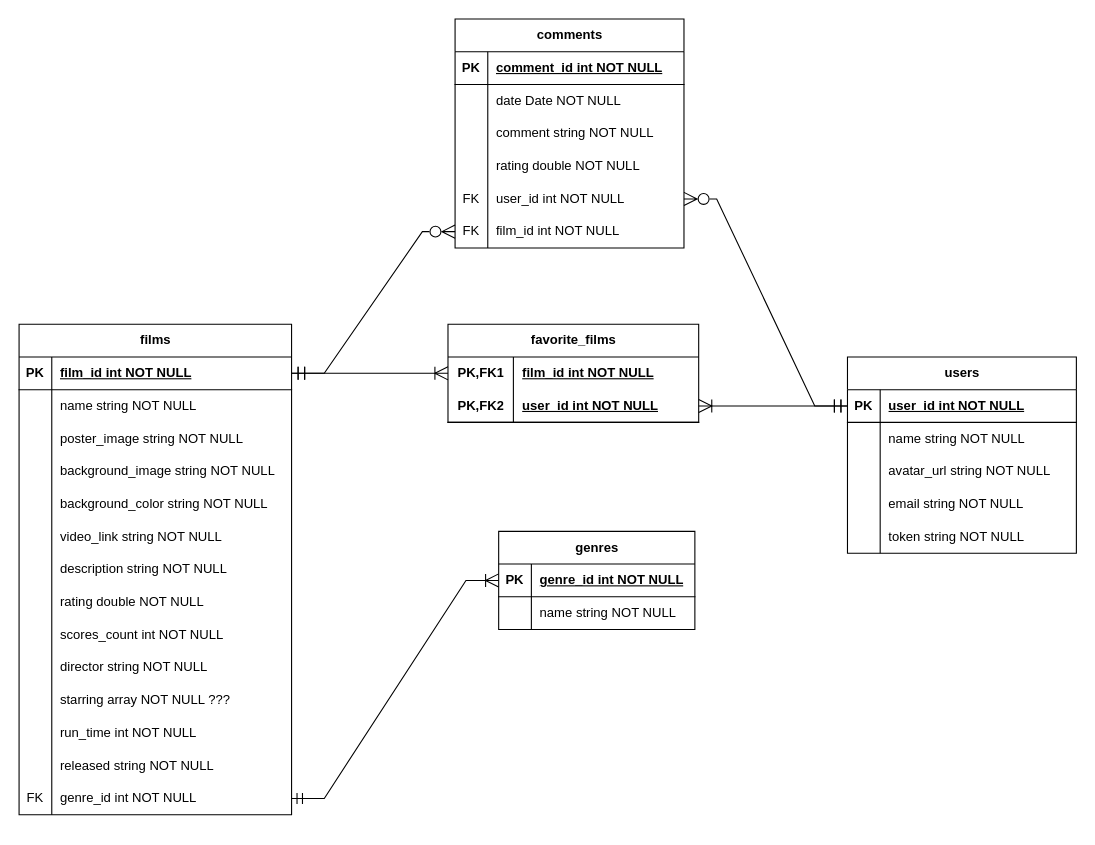
This is Диаграмма новая.drawio from kirilloschepkov/library, a draw.io file, before an edit. Source tidied: cells renumbered, new cells numbered last; positions are measured from the earlier drawing's top-left corner, leaving out a move shared by most shapes. Both pictures are drawn from the tidied source at 109%, with x=0, y=0 at pixel (19, 19).
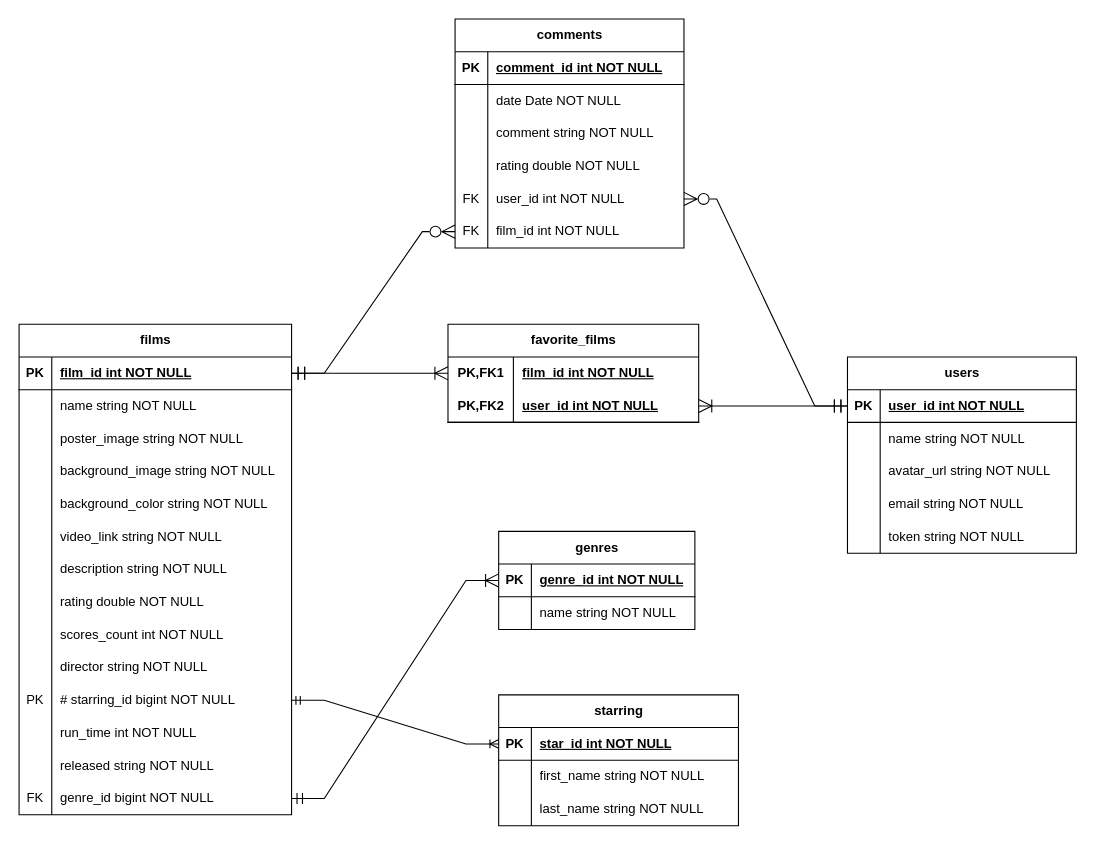
Above is the later version.

The change refers to these unchanged cells:
```xml
<mxCell id="33" style="shape=tableRow;horizontal=0;startSize=0;swimlaneHead=0;swimlaneBody=0;fillColor=none;points=[[0,0.5],[1,0.5]];portConstraint=eastwest;top=0;left=0;right=0;bottom=0;" parent="2" vertex="1">
  <mxGeometry y="330" width="250" height="30" as="geometry" />
</mxCell>
<mxCell id="42" style="shape=tableRow;horizontal=0;startSize=0;swimlaneHead=0;swimlaneBody=0;fillColor=none;points=[[0,0.5],[1,0.5]];portConstraint=eastwest;top=0;left=0;right=0;bottom=0;" parent="2" vertex="1">
  <mxGeometry y="420" width="250" height="30" as="geometry" />
</mxCell>
```

Change to the diagram source:
```diff
@@
-    <mxCell id="34" style="shape=partialRectangle;fillColor=none;top=0;left=0;bottom=0;right=0;overflow=hidden;whiteSpace=wrap;html=1;" parent="33" vertex="1">
+    <mxCell id="34" value="PK" style="shape=partialRectangle;fillColor=none;top=0;left=0;bottom=0;right=0;overflow=hidden;whiteSpace=wrap;html=1;" parent="33" vertex="1">
       <mxGeometry width="30" height="30" as="geometry" />
     </mxCell>
-    <mxCell id="35" value="starring array NOT NULL ???" style="shape=partialRectangle;fillColor=none;top=0;left=0;bottom=0;right=0;align=left;spacingLeft=6;overflow=hidden;whiteSpace=wrap;html=1;" parent="33" vertex="1">
+    <mxCell id="35" value="# starring_id bigint NOT NULL" style="shape=partialRectangle;fillColor=none;top=0;left=0;bottom=0;right=0;align=left;spacingLeft=6;overflow=hidden;whiteSpace=wrap;html=1;" parent="33" vertex="1">
       <mxGeometry x="30" width="220" height="30" as="geometry" />
     </mxCell>
@@
-    <mxCell id="44" value="genre_id int NOT NULL" style="shape=partialRectangle;fillColor=none;top=0;left=0;bottom=0;right=0;align=left;spacingLeft=6;overflow=hidden;whiteSpace=wrap;html=1;" parent="42" vertex="1">
+    <mxCell id="44" value="genre_id bigint NOT NULL" style="shape=partialRectangle;fillColor=none;top=0;left=0;bottom=0;right=0;align=left;spacingLeft=6;overflow=hidden;whiteSpace=wrap;html=1;" parent="42" vertex="1">
       <mxGeometry x="30" width="220" height="30" as="geometry" />
     </mxCell>
@@
+    <mxCell id="99" value="starring" style="shape=table;startSize=30;childLayout=tableLayout;rowLines=0;fontStyle=1;align=center;html=1;" parent="1" vertex="1">
+      <mxGeometry x="440" y="620" width="220" height="120" as="geometry" />
+    </mxCell>
+    <mxCell id="100" style="shape=tableRow;horizontal=0;startSize=0;swimlaneHead=0;swimlaneBody=0;fillColor=none;points=[[0,0.5],[1,0.5]];portConstraint=eastwest;top=0;left=0;right=0;bottom=1;" parent="99" vertex="1">
+      <mxGeometry y="30" width="220" height="30" as="geometry" />
+    </mxCell>
+    <mxCell id="101" value="PK" style="shape=partialRectangle;fillColor=none;top=0;left=0;bottom=0;right=0;fontStyle=1;overflow=hidden;whiteSpace=wrap;html=1;" parent="100" vertex="1">
+      <mxGeometry width="30" height="30" as="geometry" />
+    </mxCell>
+    <mxCell id="102" value="star_id int NOT NULL" style="shape=partialRectangle;fillColor=none;top=0;left=0;bottom=0;right=0;align=left;spacingLeft=6;fontStyle=5;overflow=hidden;whiteSpace=wrap;html=1;" parent="100" vertex="1">
+      <mxGeometry x="30" width="190" height="30" as="geometry" />
+    </mxCell>
+    <mxCell id="103" style="shape=tableRow;horizontal=0;startSize=0;swimlaneHead=0;swimlaneBody=0;fillColor=none;top=0;left=0;right=0;bottom=0;" parent="99" vertex="1">
+      <mxGeometry y="60" width="220" height="30" as="geometry" />
+    </mxCell>
+    <mxCell id="104" style="shape=partialRectangle;fillColor=none;top=0;left=0;bottom=0;right=0;overflow=hidden;whiteSpace=wrap;html=1;" parent="103" vertex="1">
+      <mxGeometry width="30" height="30" as="geometry" />
+    </mxCell>
+    <mxCell id="105" value="first_name string NOT NULL" style="shape=partialRectangle;fillColor=none;top=0;left=0;bottom=0;right=0;align=left;spacingLeft=6;overflow=hidden;whiteSpace=wrap;html=1;" parent="103" vertex="1">
+      <mxGeometry x="30" width="190" height="30" as="geometry" />
+    </mxCell>
+    <mxCell id="106" style="shape=tableRow;horizontal=0;startSize=0;swimlaneHead=0;swimlaneBody=0;fillColor=none;top=0;left=0;right=0;bottom=0;" parent="99" vertex="1">
+      <mxGeometry y="90" width="220" height="30" as="geometry" />
+    </mxCell>
+    <mxCell id="107" style="shape=partialRectangle;fillColor=none;top=0;left=0;bottom=0;right=0;overflow=hidden;whiteSpace=wrap;html=1;" parent="106" vertex="1">
+      <mxGeometry width="30" height="30" as="geometry" />
+    </mxCell>
+    <mxCell id="108" value="last_name string NOT NULL" style="shape=partialRectangle;fillColor=none;top=0;left=0;bottom=0;right=0;align=left;spacingLeft=6;overflow=hidden;whiteSpace=wrap;html=1;" parent="106" vertex="1">
+      <mxGeometry x="30" width="190" height="30" as="geometry" />
+    </mxCell>
+    <mxCell id="109" style="edgeStyle=entityRelationEdgeStyle;fontSize=12;html=1;endArrow=ERoneToMany;startArrow=ERmandOne;rounded=0;entryX=0;entryY=0.5;entryDx=0;entryDy=0;" parent="1" edge="1" source="33" target="100">
+      <mxGeometry relative="1" as="geometry">
+        <Array as="points">
+          <mxPoint x="320" y="550" />
+        </Array>
+      </mxGeometry>
+    </mxCell>
```
